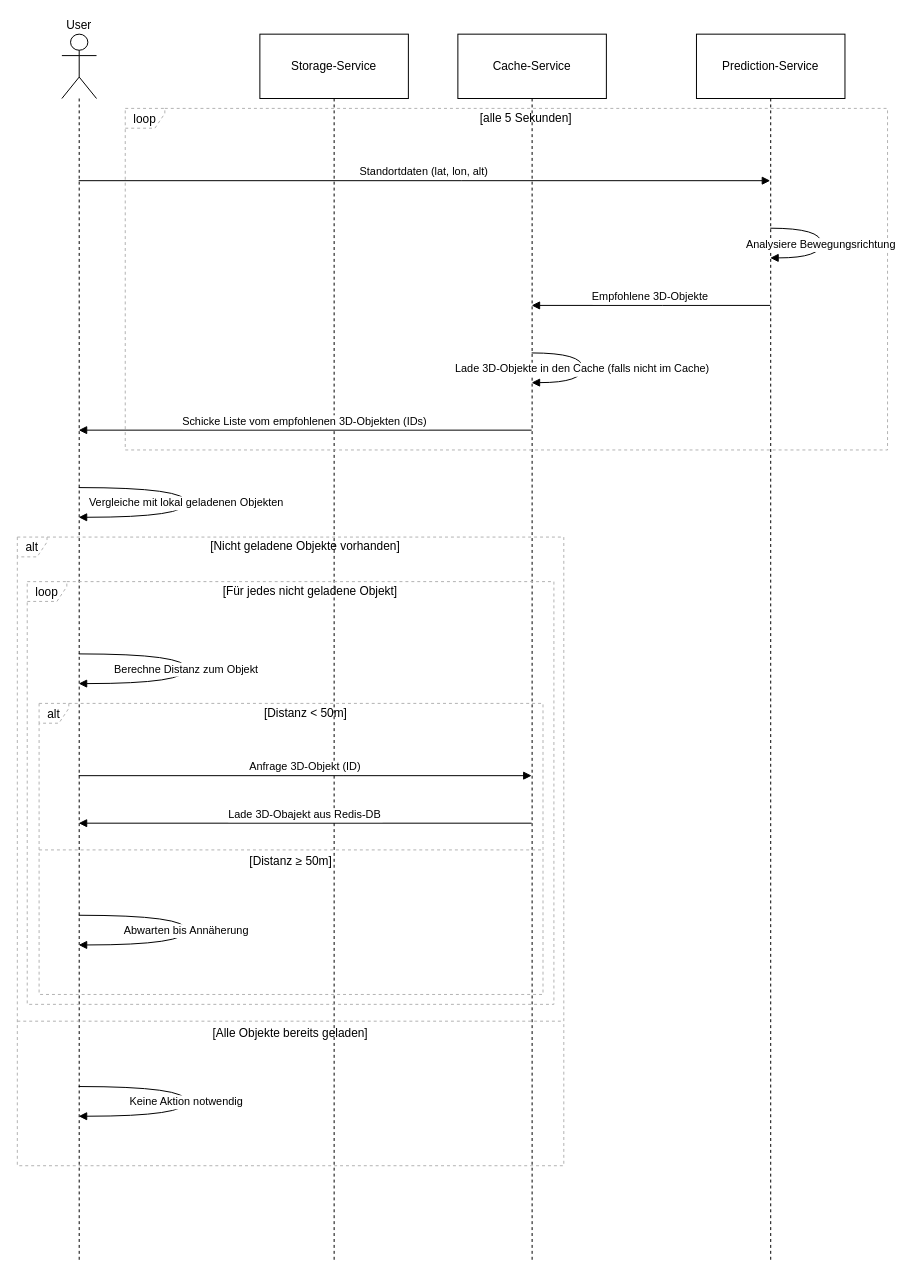
This is page "Sequence-Diagram" (4 of 5) of documentation/diagrams/Architecture-diagram.drawio from MarvMa/ARPAS-Services, a draw.io file, before an edit. Source tidied: cells renumbered, new cells numbered last; positions are measured from the earlier drawing's top-left corner, leaving out a move shared by most shapes. Both pictures are drawn from the tidied source at 99%, with x=0, y=0 at pixel (17, 34).
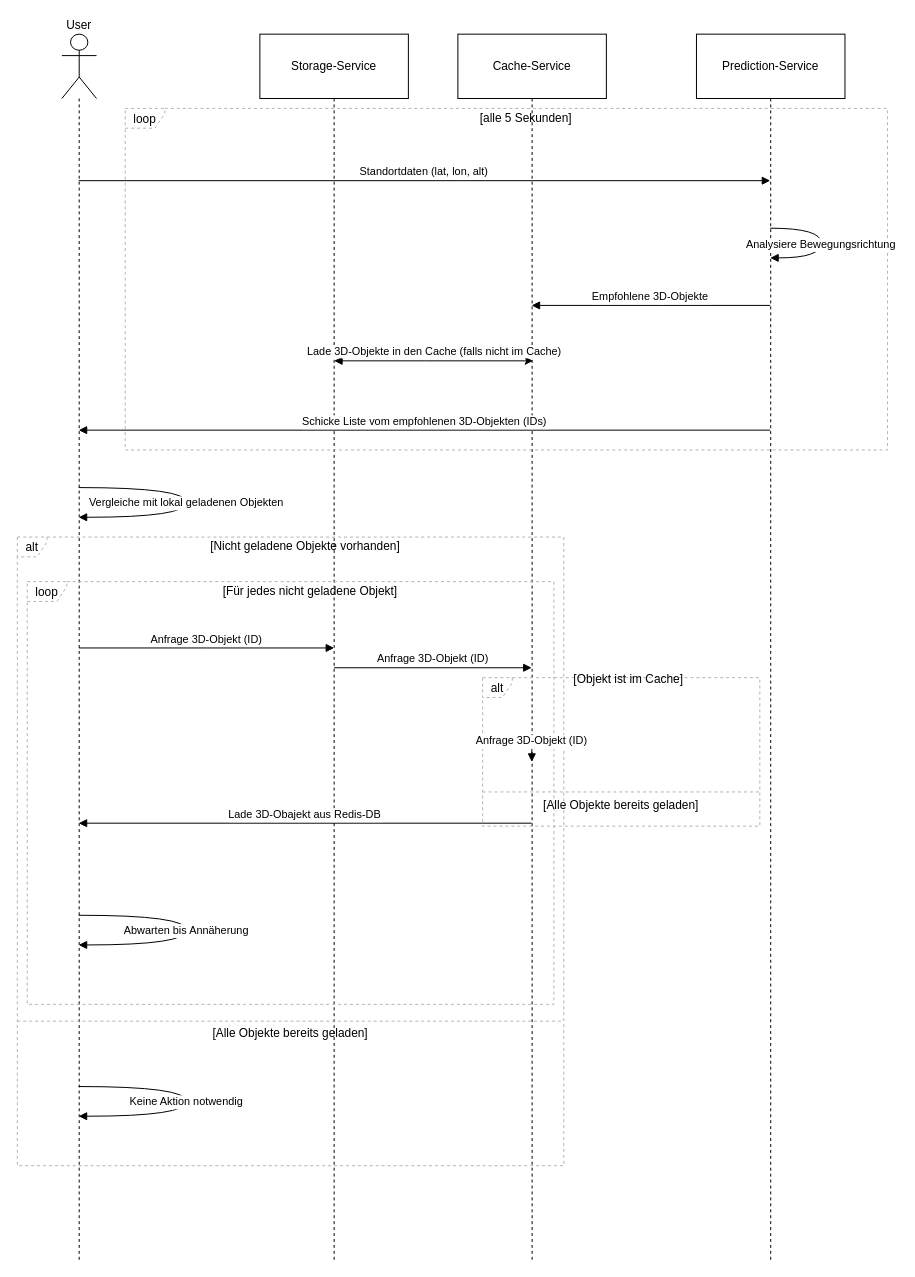
The same diagram, later.

Commit message:
Add the difference with optimized and unoptimized

The change refers to these unchanged cells:
```xml
<mxCell id="2" value="User" style="shape=umlLifeline;perimeter=lifelinePerimeter;whiteSpace=wrap;outlineConnect=0;portConstraint=eastwest;newEdgeStyle={&quot;edgeStyle&quot;:&quot;elbowEdgeStyle&quot;,&quot;elbow&quot;:&quot;vertical&quot;,&quot;curved&quot;:0,&quot;rounded&quot;:0};participant=umlActor;verticalAlign=bottom;labelPosition=center;verticalLabelPosition=top;align=center;size=65;" parent="1" vertex="1">
  <mxGeometry x="45" width="35" height="1238" as="geometry" />
</mxCell>
<mxCell id="4" value="Cache-Service" style="shape=umlLifeline;perimeter=lifelinePerimeter;whiteSpace=wrap;outlineConnect=0;portConstraint=eastwest;newEdgeStyle={&quot;edgeStyle&quot;:&quot;elbowEdgeStyle&quot;,&quot;elbow&quot;:&quot;vertical&quot;,&quot;curved&quot;:0,&quot;rounded&quot;:0};size=65;" parent="1" vertex="1">
  <mxGeometry x="445" width="150" height="1238" as="geometry" />
</mxCell>
<mxCell id="5" value="Prediction-Service" style="shape=umlLifeline;perimeter=lifelinePerimeter;whiteSpace=wrap;outlineConnect=0;portConstraint=eastwest;newEdgeStyle={&quot;edgeStyle&quot;:&quot;elbowEdgeStyle&quot;,&quot;elbow&quot;:&quot;vertical&quot;,&quot;curved&quot;:0,&quot;rounded&quot;:0};size=65;" parent="1" vertex="1">
  <mxGeometry x="686" width="150" height="1238" as="geometry" />
</mxCell>
```

The edit, as a diff of the source:
```diff
@@
-    <mxCell id="8" value="alt" style="shape=umlFrame;dashed=1;strokeColor=#B3B3B3;height=20;width=30;" parent="1" vertex="1">
-      <mxGeometry x="22" y="676" width="509" height="294" as="geometry" />
-    </mxCell>
-    <mxCell id="9" value="[Distanz &lt; 50m]" style="text;strokeColor=none;fillColor=none;align=center;verticalAlign=middle;whiteSpace=wrap;" parent="8" vertex="1">
-      <mxGeometry x="30" width="479" height="20" as="geometry" />
-    </mxCell>
-    <mxCell id="10" value="[Distanz ≥ 50m]" style="shape=line;dashed=1;whiteSpace=wrap;verticalAlign=top;labelPosition=center;verticalLabelPosition=middle;align=center;strokeColor=#B3B3B3;" parent="8" vertex="1">
-      <mxGeometry y="146" width="509" height="4" as="geometry" />
-    </mxCell>
@@
-    <mxCell id="19" value="Lade 3D-Objekte in den Cache (falls nicht im Cache)" style="curved=1;endArrow=block;rounded=0;" parent="1" edge="1" source="4" target="4">
-      <mxGeometry relative="1" as="geometry">
-        <Array as="points">
-          <mxPoint x="571" y="322" />
-          <mxPoint x="571" y="352" />
-        </Array>
-      </mxGeometry>
-    </mxCell>
-    <mxCell id="20" value="Schicke Liste vom empfohlenen 3D-Objekten (IDs)" style="verticalAlign=bottom;edgeStyle=elbowEdgeStyle;elbow=vertical;curved=0;rounded=0;endArrow=block;" parent="1" edge="1" source="4" target="2">
+    <mxCell id="20" value="Schicke Liste vom empfohlenen 3D-Objekten (IDs)" style="verticalAlign=bottom;edgeStyle=elbowEdgeStyle;elbow=vertical;curved=0;rounded=0;endArrow=block;" parent="1" edge="1" source="5" target="2">
       <mxGeometry relative="1" as="geometry">
         <Array as="points">
           <mxPoint x="332" y="400" />
         </Array>
       </mxGeometry>
     </mxCell>
@@
-    <mxCell id="22" value="Berechne Distanz zum Objekt" style="curved=1;endArrow=block;rounded=0;" parent="1" edge="1" source="2" target="2">
-      <mxGeometry relative="1" as="geometry">
-        <Array as="points">
-          <mxPoint x="171" y="626" />
-          <mxPoint x="171" y="656" />
-        </Array>
-      </mxGeometry>
-    </mxCell>
-    <mxCell id="23" value="Anfrage 3D-Objekt (ID)" style="verticalAlign=bottom;edgeStyle=elbowEdgeStyle;elbow=vertical;curved=0;rounded=0;endArrow=block;" parent="1" edge="1" source="2" target="4">
+    <mxCell id="23" value="Anfrage 3D-Objekt (ID)" style="verticalAlign=bottom;edgeStyle=elbowEdgeStyle;elbow=vertical;curved=0;rounded=0;endArrow=block;" parent="1" edge="1">
       <mxGeometry relative="1" as="geometry">
-        <Array as="points">
-          <mxPoint x="329" y="749" />
-        </Array>
+        <mxPoint x="62.3" y="620" as="sourcePoint" />
+        <mxPoint x="320" y="620" as="targetPoint" />
       </mxGeometry>
     </mxCell>
@@
+    <mxCell id="27" style="verticalAlign=bottom;edgeStyle=elbowEdgeStyle;elbow=vertical;curved=0;rounded=0;endArrow=block;startArrow=classic;startFill=1;" parent="1" edge="1">
+      <mxGeometry relative="1" as="geometry">
+        <mxPoint x="521" y="330" as="sourcePoint" />
+        <mxPoint x="320" y="330" as="targetPoint" />
+        <Array as="points">
+          <mxPoint x="412" y="330" />
+        </Array>
+      </mxGeometry>
+    </mxCell>
+    <mxCell id="19" value="Lade 3D-Objekte in den Cache (falls nicht im Cache)" style="edgeLabel;html=1;align=center;verticalAlign=middle;" parent="27" vertex="1">
+      <mxGeometry x="-0.63" y="2" relative="1" as="geometry">
+        <mxPoint x="-64" y="-12" as="offset" />
+      </mxGeometry>
+    </mxCell>
+    <mxCell id="8" value="alt" style="shape=umlFrame;dashed=1;strokeColor=#B3B3B3;height=20;width=30;" parent="1" vertex="1">
+      <mxGeometry x="470" y="650" width="280" height="150" as="geometry" />
+    </mxCell>
+    <mxCell id="28" value="[Objekt ist im Cache]" style="text;strokeColor=none;fillColor=none;align=center;verticalAlign=middle;whiteSpace=wrap;" parent="8" vertex="1">
+      <mxGeometry x="15.2" width="264.8" height="4.7" as="geometry" />
+    </mxCell>
+    <mxCell id="29" value="[Alle Objekte bereits geladen]" style="shape=line;dashed=1;whiteSpace=wrap;verticalAlign=top;labelPosition=center;verticalLabelPosition=middle;align=center;strokeColor=#B3B3B3;" parent="8" vertex="1">
+      <mxGeometry y="115" width="280" height="0.9" as="geometry" />
+    </mxCell>
+    <mxCell id="30" value="Anfrage 3D-Objekt (ID)" style="verticalAlign=bottom;edgeStyle=elbowEdgeStyle;elbow=vertical;curved=0;rounded=0;endArrow=block;" parent="1" edge="1">
+      <mxGeometry relative="1" as="geometry">
+        <mxPoint x="320" y="640" as="sourcePoint" />
+        <mxPoint x="519.5" y="640.2" as="targetPoint" />
+      </mxGeometry>
+    </mxCell>
+    <mxCell id="31" value="Anfrage 3D-Objekt (ID)" style="verticalAlign=bottom;edgeStyle=elbowEdgeStyle;elbow=vertical;curved=1;rounded=0;endArrow=block;" parent="1" edge="1">
+      <mxGeometry x="-0.2" relative="1" as="geometry">
+        <mxPoint x="519.7" y="715" as="sourcePoint" />
+        <mxPoint x="519.7" y="735" as="targetPoint" />
+        <Array as="points">
+          <mxPoint x="570" y="720" />
+        </Array>
+      </mxGeometry>
+    </mxCell>
```
